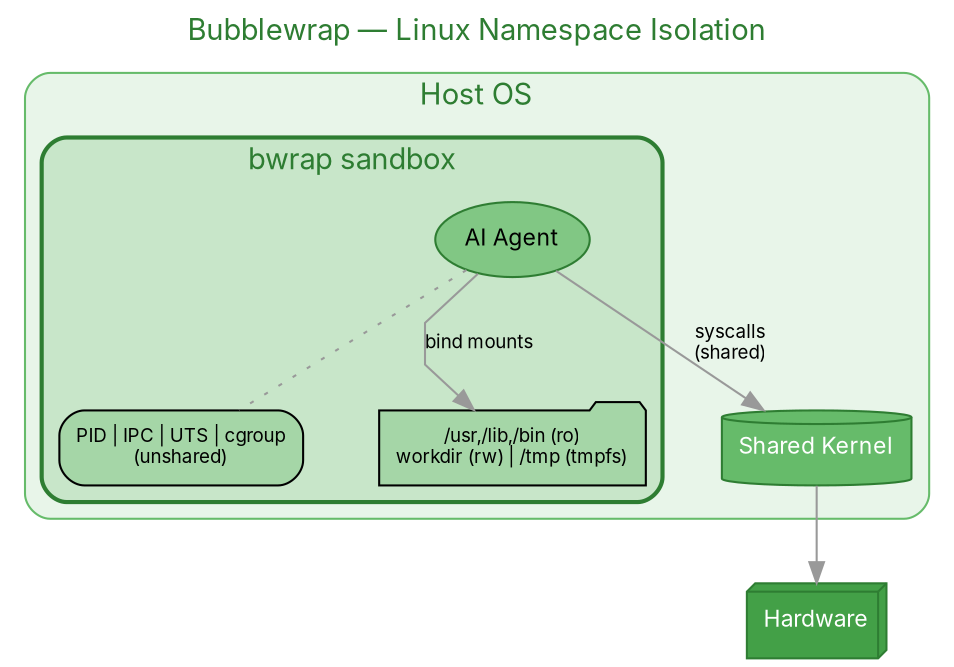
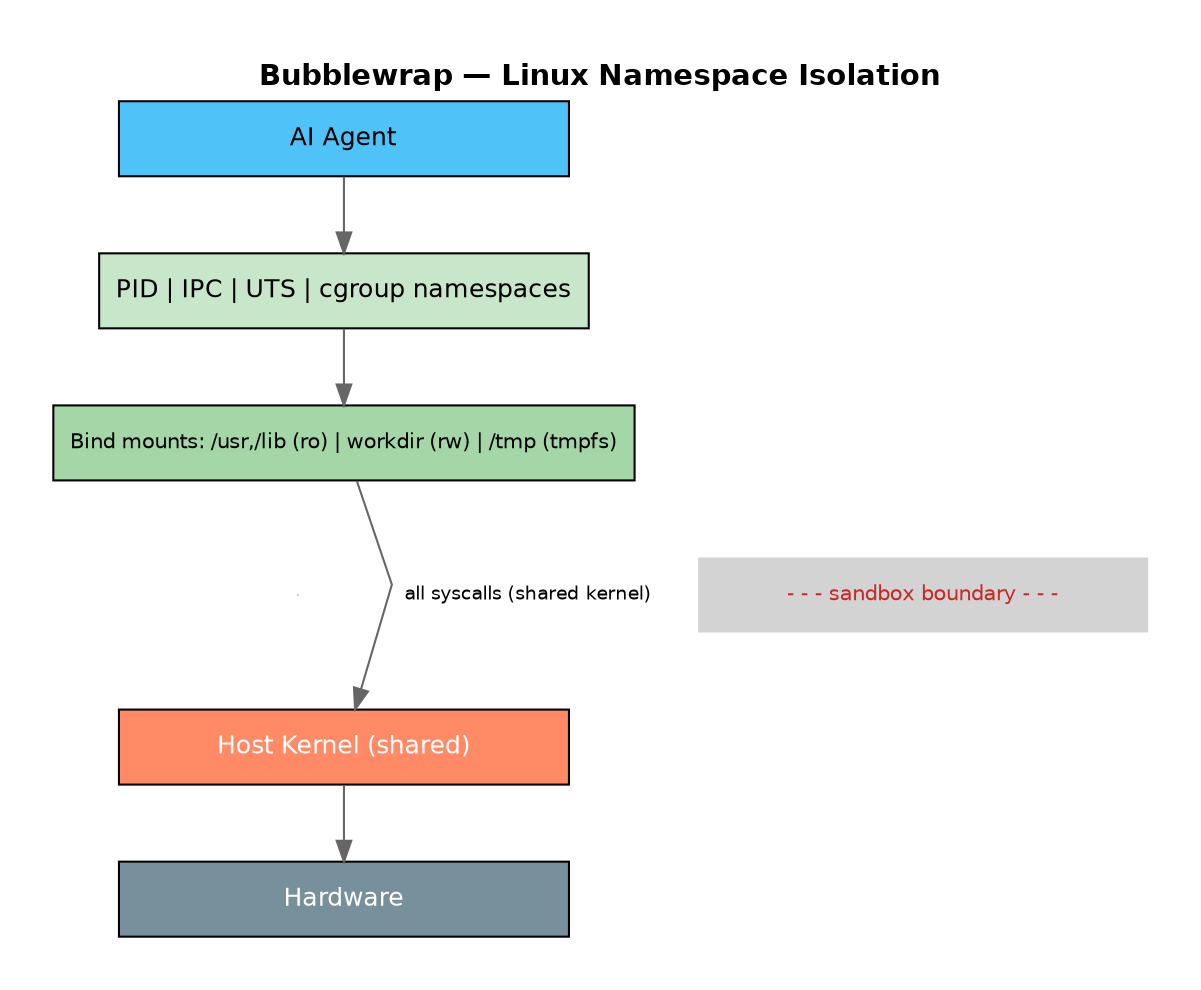
- digraph SandboxBwrap {
+ digraph Bubblewrap {
  rankdir=TB;
-   splines=polyline;
-   nodesep=0.5;
-   ranksep=0.6;
+   splines=false;
+   nodesep=0.3;
+   ranksep=0.5;
  bgcolor="white";
+   margin=0.3;

-   node [shape=box, style="rounded,filled", fontname="Inter,Helvetica,Arial", fontsize=11];
-   edge [fontname="Inter,Helvetica,Arial", fontsize=9, color="#999999"];
+   node [shape=box, style="filled", fontname="Helvetica", fontsize=12, width=3, height=0.5];
+   edge [fontname="Helvetica", fontsize=9, color="#666666"];

  label="Bubblewrap — Linux Namespace Isolation";
  labelloc=t;
  fontsize=14;
-   fontname="Inter,Helvetica,Arial";
-   fontcolor="#2e7d32";
+   fontname="Helvetica-Bold";

-   subgraph cluster_host {
-     label="Host OS";
-     style="rounded,filled";
-     fillcolor="#e8f5e9";
-     color="#66bb6a";
+   agent [label="AI Agent", fillcolor="#4FC3F7"];
+   ns [label="PID | IPC | UTS | cgroup namespaces", fillcolor="#C8E6C9"];
+   mounts [label="Bind mounts: /usr,/lib (ro) | workdir (rw) | /tmp (tmpfs)", fillcolor="#A5D6A7", fontsize=10];

-     subgraph cluster_sandbox {
-       label="bwrap sandbox";
-       style="rounded,bold,filled";
-       fillcolor="#c8e6c9";
-       color="#2e7d32";
-       penwidth=2;
+   sandbox [label="", shape=plaintext, width=0, height=0];

-       agent [label="AI Agent", fillcolor="#81c784", color="#2e7d32", shape=ellipse];
-       ns [label="PID | IPC | UTS | cgroup\n(unshared)", fillcolor="#a5d6a7", fontsize=9];
-       mounts [label="/usr,/lib,/bin (ro)\nworkdir (rw) | /tmp (tmpfs)", fillcolor="#a5d6a7", fontsize=9, shape=folder];
-     }
+   kernel [label="Host Kernel (shared)", fillcolor="#FF8A65", fontcolor=white];
+   hw [label="Hardware", fillcolor="#78909C", fontcolor=white];

-     kernel [label="Shared Kernel", fillcolor="#66bb6a", color="#2e7d32", shape=cylinder, fontcolor=white];
-   }
+   agent -> ns;
+   ns -> mounts;

-   hw [label="Hardware", fillcolor="#43a047", fontcolor=white, color="#2e7d32", shape=box3d];
+   // Sandbox boundary
+   mounts -> sandbox [style=invis];
+   sandbox -> kernel [style=invis];

-   agent -> ns [style=dotted, arrowhead=none];
-   agent -> mounts [label="bind mounts"];
-   agent -> kernel [label="syscalls\n(shared)"];
+   {rank=same; sandbox; sb_label}
+   sb_label [label="- - - sandbox boundary - - -", shape=plaintext, fontsize=10, fontcolor="#C62828"];
+ 
+   mounts -> kernel [label="  all syscalls (shared kernel)"];
  kernel -> hw;
}
